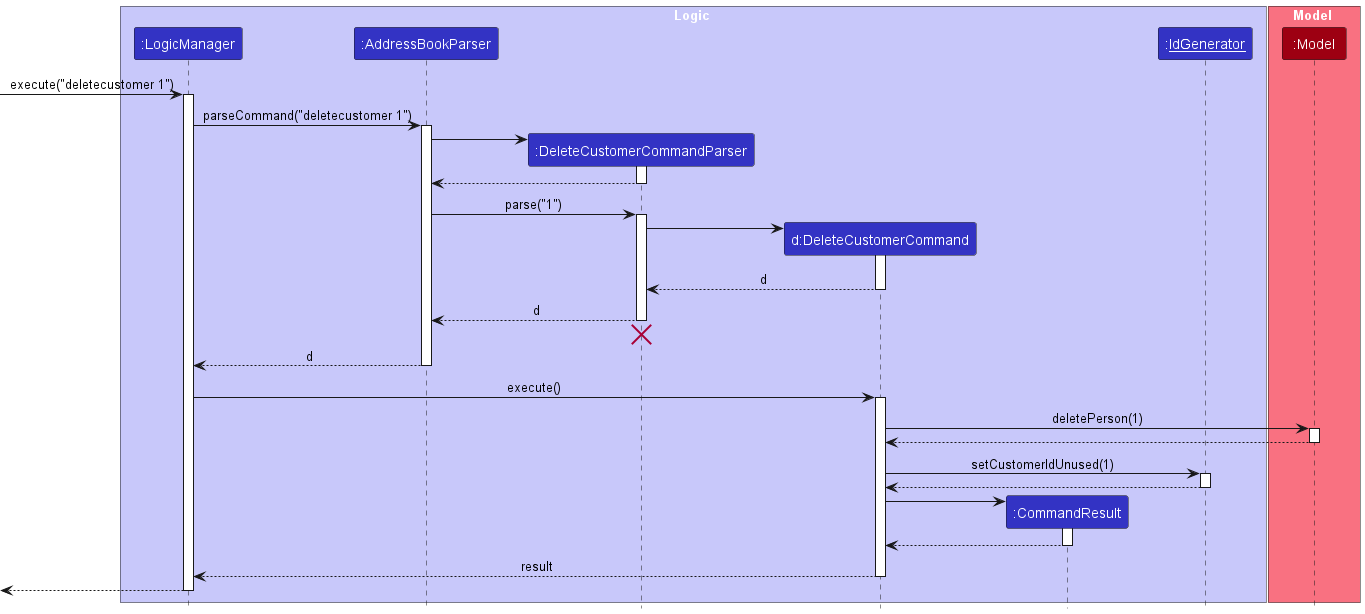
The PlantUML diagram docs/images/DeleteSequenceDiagram.png in nus-cs2103-AY2223S2/tp, before a commit.
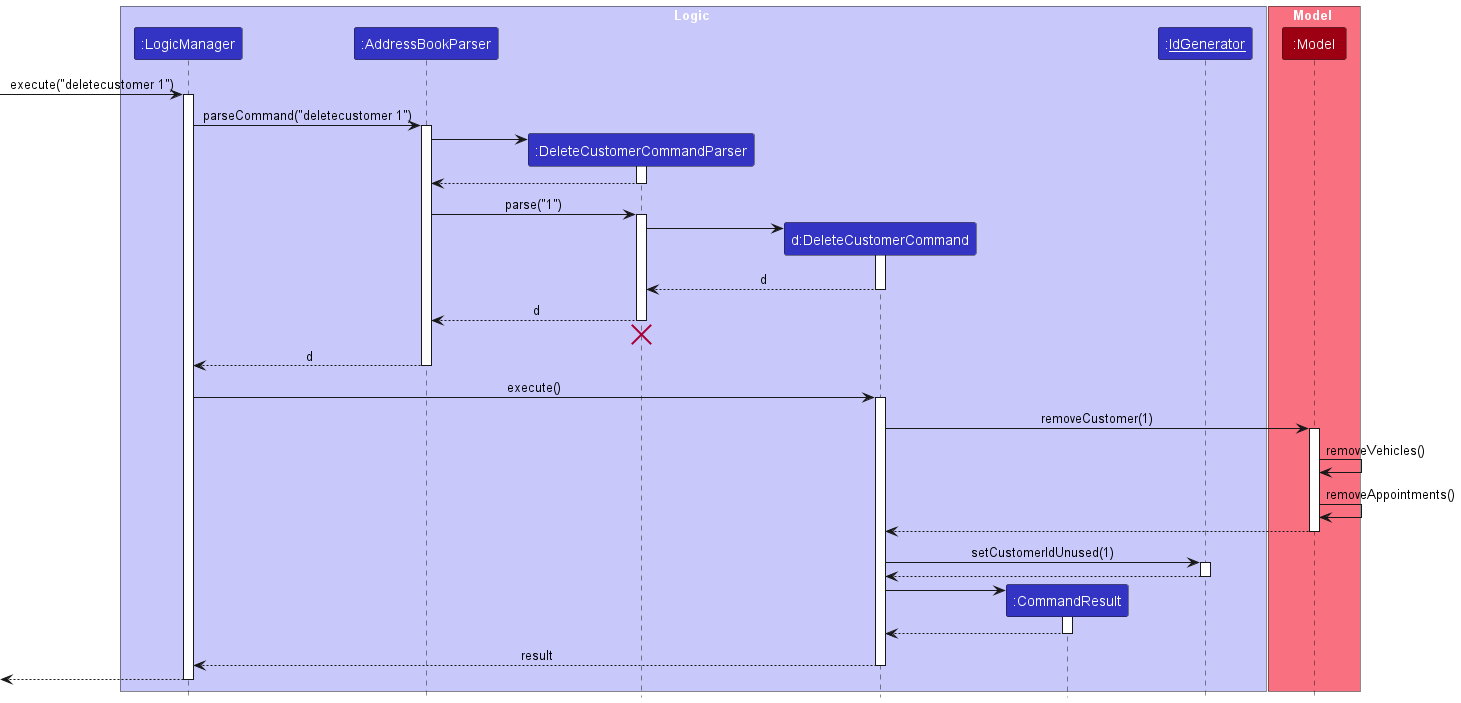
Above is the later version.

What changed in the source:
```diff
@@ -48,8 +48,11 @@
 LogicManager -> DeleteCustomerCommand : execute()
 activate DeleteCustomerCommand
 
-DeleteCustomerCommand -> Model : deletePerson(1)
+DeleteCustomerCommand -> Model : removeCustomer(1)
 activate Model
+
+Model -> Model : removeVehicles()
+Model -> Model : removeAppointments()
 
 Model --> DeleteCustomerCommand
 deactivate Model
@@ -70,6 +73,7 @@
 DeleteCustomerCommand --> LogicManager : result
 deactivate DeleteCustomerCommand
 
+
 [<--LogicManager
 deactivate LogicManager
 @enduml
```
